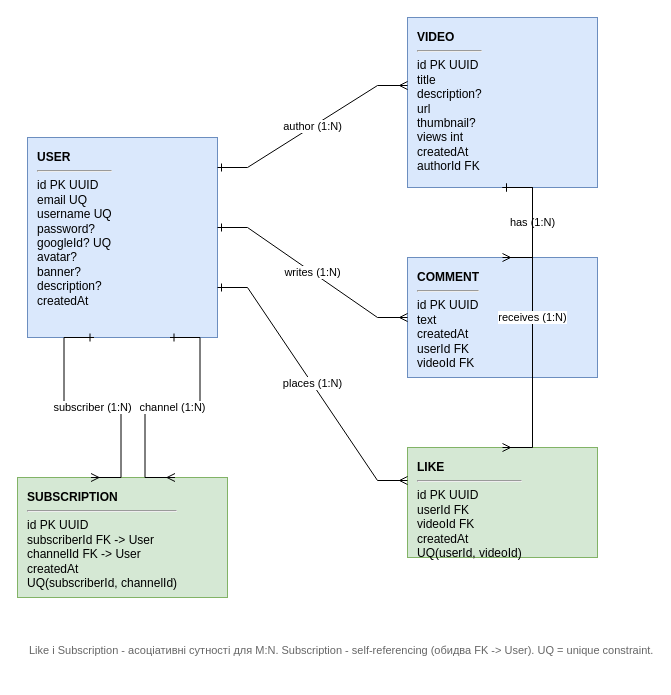
Earlier version of the draw.io diagram Labs/lab1-er/model/er.drawio (ezpectus/kpi2__Mavpz-Labs). Source tidied: cells renumbered, new cells numbered last; positions are measured from the earlier drawing's top-left corner, leaving out a move shared by most shapes. Both pictures are drawn from the tidied source at 100%, with x=0, y=0 at pixel (17, 17).
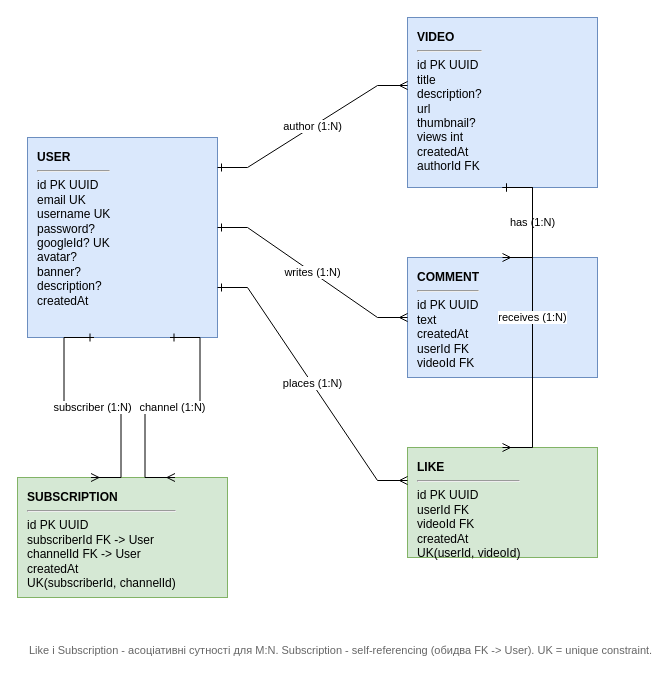
The same page after the edit.

Change to the diagram source:
```diff
@@
 <mxGraphModel>
   <root>
     <mxCell id="0" />
     <mxCell id="1" parent="0" />
-    <mxCell id="2" value="&lt;b&gt;USER&lt;/b&gt;&lt;hr&gt;id PK UUID&lt;br&gt;email UQ&lt;br&gt;username UQ&lt;br&gt;password?&lt;br&gt;googleId? UQ&lt;br&gt;avatar?&lt;br&gt;banner?&lt;br&gt;description?&lt;br&gt;createdAt" style="rounded=0;whiteSpace=wrap;html=1;align=left;verticalAlign=top;spacingLeft=8;spacingTop=6;fillColor=#dae8fc;strokeColor=#6c8ebf;fontSize=12;" parent="1" vertex="1">
+    <mxCell id="2" value="&lt;b&gt;USER&lt;/b&gt;&lt;hr&gt;id PK UUID&lt;br&gt;email UK&lt;br&gt;username UK&lt;br&gt;password?&lt;br&gt;googleId? UK&lt;br&gt;avatar?&lt;br&gt;banner?&lt;br&gt;description?&lt;br&gt;createdAt" style="rounded=0;whiteSpace=wrap;html=1;align=left;verticalAlign=top;spacingLeft=8;spacingTop=6;fillColor=#dae8fc;strokeColor=#6c8ebf;fontSize=12;" parent="1" vertex="1">
       <mxGeometry x="10" y="120" width="190" height="200" as="geometry" />
     </mxCell>
     <mxCell id="3" value="&lt;b&gt;VIDEO&lt;/b&gt;&lt;hr&gt;id PK UUID&lt;br&gt;title&lt;br&gt;description?&lt;br&gt;url&lt;br&gt;thumbnail?&lt;br&gt;views int&lt;br&gt;createdAt&lt;br&gt;authorId FK" style="rounded=0;whiteSpace=wrap;html=1;align=left;verticalAlign=top;spacingLeft=8;spacingTop=6;fillColor=#dae8fc;strokeColor=#6c8ebf;fontSize=12;" parent="1" vertex="1">
       <mxGeometry x="390" width="190" height="170" as="geometry" />
     </mxCell>
     <mxCell id="4" value="&lt;b&gt;COMMENT&lt;/b&gt;&lt;hr&gt;id PK UUID&lt;br&gt;text&lt;br&gt;createdAt&lt;br&gt;userId FK&lt;br&gt;videoId FK" style="rounded=0;whiteSpace=wrap;html=1;align=left;verticalAlign=top;spacingLeft=8;spacingTop=6;fillColor=#dae8fc;strokeColor=#6c8ebf;fontSize=12;" parent="1" vertex="1">
       <mxGeometry x="390" y="240" width="190" height="120" as="geometry" />
     </mxCell>
-    <mxCell id="5" value="&lt;b&gt;LIKE&lt;/b&gt;&lt;hr&gt;id PK UUID&lt;br&gt;userId FK&lt;br&gt;videoId FK&lt;br&gt;createdAt&lt;br&gt;UQ(userId, videoId)" style="rounded=0;whiteSpace=wrap;html=1;align=left;verticalAlign=top;spacingLeft=8;spacingTop=6;fillColor=#d5e8d4;strokeColor=#82b366;fontSize=12;" parent="1" vertex="1">
+    <mxCell id="5" value="&lt;b&gt;LIKE&lt;/b&gt;&lt;hr&gt;id PK UUID&lt;br&gt;userId FK&lt;br&gt;videoId FK&lt;br&gt;createdAt&lt;br&gt;UK(userId, videoId)" style="rounded=0;whiteSpace=wrap;html=1;align=left;verticalAlign=top;spacingLeft=8;spacingTop=6;fillColor=#d5e8d4;strokeColor=#82b366;fontSize=12;" parent="1" vertex="1">
       <mxGeometry x="390" y="430" width="190" height="110" as="geometry" />
     </mxCell>
-    <mxCell id="6" value="&lt;b&gt;SUBSCRIPTION&lt;/b&gt;&lt;hr&gt;id PK UUID&lt;br&gt;subscriberId FK -&amp;gt; User&lt;br&gt;channelId FK -&amp;gt; User&lt;br&gt;createdAt&lt;br&gt;UQ(subscriberId, channelId)" style="rounded=0;whiteSpace=wrap;html=1;align=left;verticalAlign=top;spacingLeft=8;spacingTop=6;fillColor=#d5e8d4;strokeColor=#82b366;fontSize=12;" parent="1" vertex="1">
+    <mxCell id="6" value="&lt;b&gt;SUBSCRIPTION&lt;/b&gt;&lt;hr&gt;id PK UUID&lt;br&gt;subscriberId FK -&amp;gt; User&lt;br&gt;channelId FK -&amp;gt; User&lt;br&gt;createdAt&lt;br&gt;UK(subscriberId, channelId)" style="rounded=0;whiteSpace=wrap;html=1;align=left;verticalAlign=top;spacingLeft=8;spacingTop=6;fillColor=#d5e8d4;strokeColor=#82b366;fontSize=12;" parent="1" vertex="1">
       <mxGeometry y="460" width="210" height="120" as="geometry" />
     </mxCell>
     <mxCell id="7" value="author (1:N)" style="edgeStyle=entityRelationEdgeStyle;fontSize=11;html=1;endArrow=ERmany;startArrow=ERone;rounded=0;exitX=1;exitY=0.15;exitDx=0;exitDy=0;entryX=0;entryY=0.4;entryDx=0;entryDy=0;" parent="1" edge="1" source="2" target="3">
       <mxGeometry relative="1" as="geometry" />
     </mxCell>
     <mxCell id="8" value="writes (1:N)" style="edgeStyle=entityRelationEdgeStyle;fontSize=11;html=1;endArrow=ERmany;startArrow=ERone;rounded=0;exitX=1;exitY=0.45;exitDx=0;exitDy=0;entryX=0;entryY=0.5;entryDx=0;entryDy=0;" parent="1" edge="1" source="2" target="4">
       <mxGeometry relative="1" as="geometry" />
     </mxCell>
     <mxCell id="9" value="has (1:N)" style="edgeStyle=entityRelationEdgeStyle;fontSize=11;html=1;endArrow=ERmany;startArrow=ERone;rounded=0;exitX=0.5;exitY=1;exitDx=0;exitDy=0;entryX=0.5;entryY=0;entryDx=0;entryDy=0;" parent="1" edge="1" source="3" target="4">
       <mxGeometry relative="1" as="geometry" />
     </mxCell>
     <mxCell id="10" value="places (1:N)" style="edgeStyle=entityRelationEdgeStyle;fontSize=11;html=1;endArrow=ERmany;startArrow=ERone;rounded=0;exitX=1;exitY=0.75;exitDx=0;exitDy=0;entryX=0;entryY=0.3;entryDx=0;entryDy=0;" parent="1" edge="1" source="2" target="5">
       <mxGeometry relative="1" as="geometry" />
     </mxCell>
     <mxCell id="11" value="receives (1:N)" style="edgeStyle=entityRelationEdgeStyle;fontSize=11;html=1;endArrow=ERmany;startArrow=ERone;rounded=0;exitX=0.5;exitY=1;exitDx=0;exitDy=0;entryX=0.5;entryY=0;entryDx=0;entryDy=0;" parent="1" edge="1" source="3" target="5">
       <mxGeometry relative="1" as="geometry" />
     </mxCell>
     <mxCell id="12" value="subscriber (1:N)" style="edgeStyle=entityRelationEdgeStyle;fontSize=11;html=1;endArrow=ERmany;startArrow=ERone;rounded=0;exitX=0.35;exitY=1;exitDx=0;exitDy=0;entryX=0.35;entryY=0;entryDx=0;entryDy=0;" parent="1" edge="1" source="2" target="6">
       <mxGeometry relative="1" as="geometry" />
     </mxCell>
     <mxCell id="13" value="channel (1:N)" style="edgeStyle=entityRelationEdgeStyle;fontSize=11;html=1;endArrow=ERmany;startArrow=ERone;rounded=0;exitX=0.75;exitY=1;exitDx=0;exitDy=0;entryX=0.75;entryY=0;entryDx=0;entryDy=0;" parent="1" edge="1" source="2" target="6">
       <mxGeometry relative="1" as="geometry" />
     </mxCell>
-    <mxCell id="14" value="Like i Subscription - асоціативні сутності для M:N. Subscription - self-referencing (обидва FK -&amp;gt; User). UQ = unique constraint." style="text;html=1;align=left;verticalAlign=top;fontSize=11;fontColor=#666666;" parent="1" vertex="1">
+    <mxCell id="14" value="Like i Subscription - асоціативні сутності для M:N. Subscription - self-referencing (обидва FK -&amp;gt; User). UK = unique constraint." style="text;html=1;align=left;verticalAlign=top;fontSize=11;fontColor=#666666;" parent="1" vertex="1">
       <mxGeometry x="10" y="620" width="570" height="40" as="geometry" />
     </mxCell>
   </root>
 </mxGraphModel>
```
